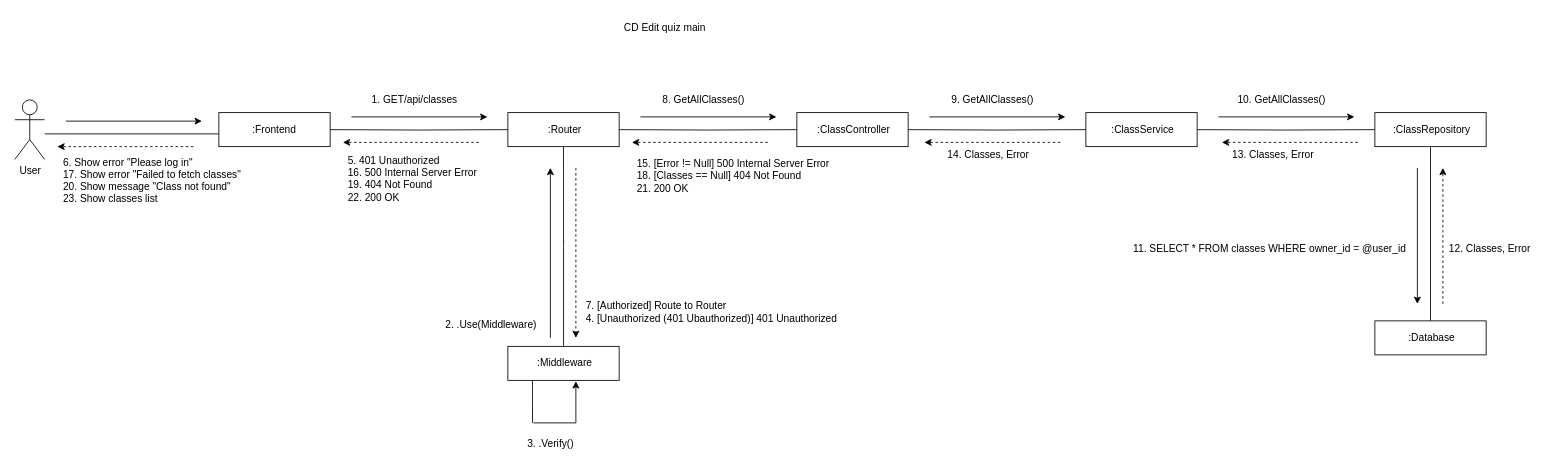
Earlier version of the draw.io diagram page "CD-Edit-quiz-main" (2 of 6) of CD-Edit-Quiz/CD-Edit-Quiz.drawio (CS371-Project-Management/CS371-Collaboration-Diagram). Source tidied: cells renumbered, new cells numbered last; positions are measured from the earlier drawing's top-left corner, leaving out a move shared by most shapes. Both pictures are drawn from the tidied source at 85%, with x=0, y=0 at pixel (14, 14).
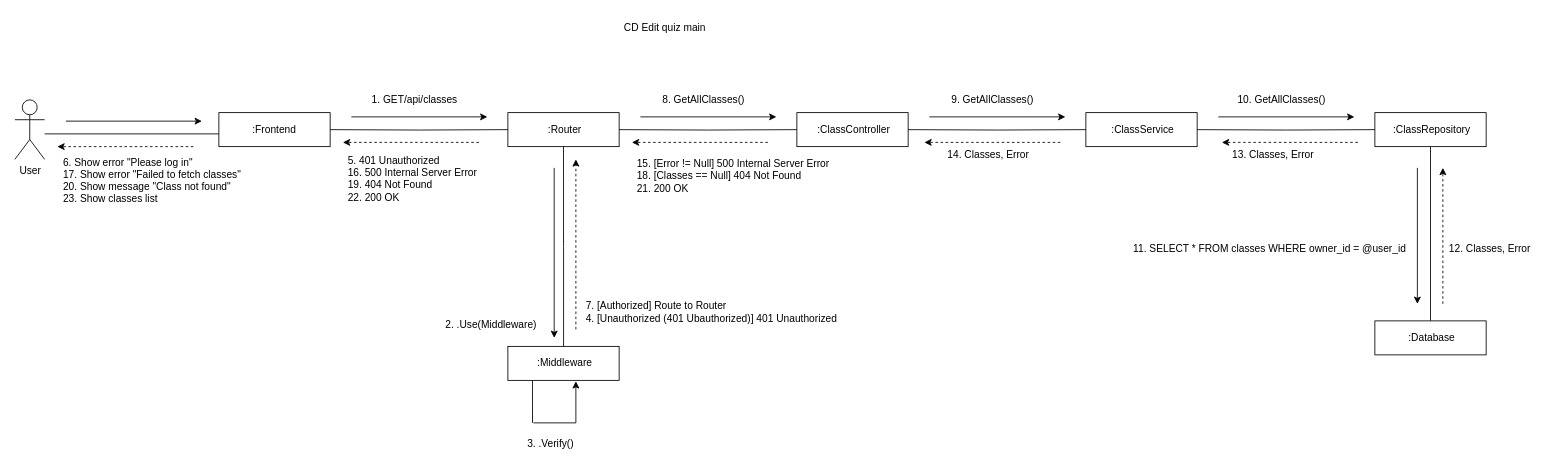
After the change.

What changed in the source:
```diff
@@
-    <mxCell id="27" style="endArrow=classic;html=1;rounded=0;" parent="1" edge="1">
-      <mxGeometry relative="1" as="geometry">
-        <mxPoint x="630" y="380" as="sourcePoint" />
-        <mxPoint x="630" y="180" as="targetPoint" />
-      </mxGeometry>
-    </mxCell>
-    <mxCell id="28" style="endArrow=classic;html=1;rounded=0;dashed=1;" parent="1" edge="1">
-      <mxGeometry relative="1" as="geometry">
-        <mxPoint x="660" y="180" as="sourcePoint" />
-        <mxPoint x="660" y="380" as="targetPoint" />
-      </mxGeometry>
-    </mxCell>
@@
+    <mxCell id="50" style="endArrow=classic;html=1;rounded=0;dashed=1;" parent="1" edge="1">
+      <mxGeometry relative="1" as="geometry">
+        <mxPoint x="660" y="370" as="sourcePoint" />
+        <mxPoint x="660" y="170" as="targetPoint" />
+      </mxGeometry>
+    </mxCell>
+    <mxCell id="51" style="endArrow=classic;html=1;rounded=0;" parent="1" edge="1">
+      <mxGeometry relative="1" as="geometry">
+        <mxPoint x="634.5" y="180" as="sourcePoint" />
+        <mxPoint x="634.5" y="380" as="targetPoint" />
+      </mxGeometry>
+    </mxCell>
```
